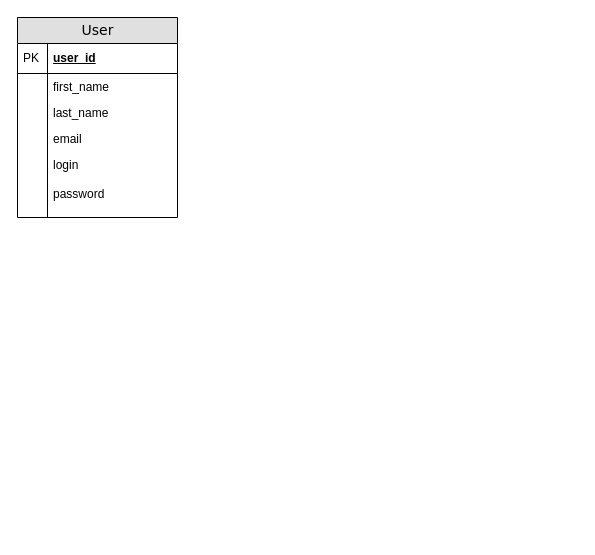
This is User.drawio from imaevam/events_alert_app, a draw.io file, before an edit. Source tidied: cells renumbered, new cells numbered last; positions are measured from the earlier drawing's top-left corner, leaving out a move shared by most shapes. Both pictures are drawn from the tidied source at 100%, with x=0, y=0 at pixel (17, 17).
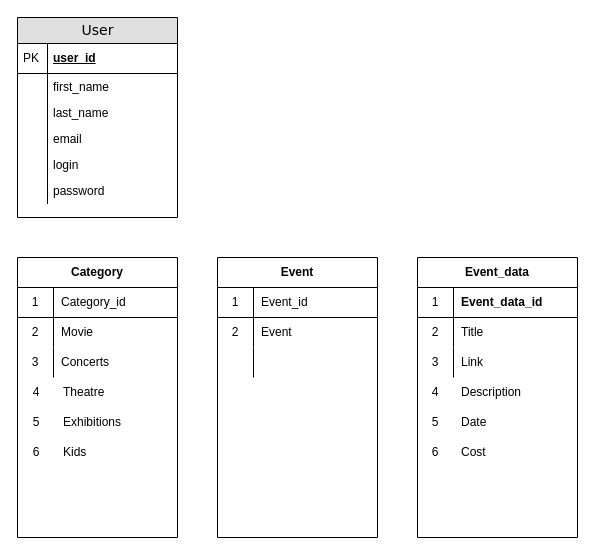
Above is the later version.

Unchanged cells that the change refers to:
```xml
<mxCell id="2" value="User" style="swimlane;html=1;fontStyle=0;horizontal=1;startSize=26;fillColor=#e0e0e0;swimlaneFillColor=#ffffff;align=center;rounded=0;shadow=0;comic=0;labelBackgroundColor=none;strokeWidth=1;fontFamily=Verdana;fontSize=14;" parent="1" vertex="1">
  <mxGeometry width="160" height="200" as="geometry" />
</mxCell>
```

Diff of the diagram source:
```diff
@@
-    <mxCell id="11" value="login&lt;br&gt;&lt;br&gt;password" style="shape=partialRectangle;top=0;left=0;right=0;bottom=0;html=1;align=left;verticalAlign=top;fillColor=none;spacingLeft=34;spacingRight=4;whiteSpace=wrap;overflow=hidden;" parent="2" vertex="1">
-      <mxGeometry y="134" width="160" height="66" as="geometry" />
+    <mxCell id="11" value="login" style="shape=partialRectangle;top=0;left=0;right=0;bottom=0;html=1;align=left;verticalAlign=top;fillColor=none;spacingLeft=34;spacingRight=4;whiteSpace=wrap;overflow=hidden;" parent="2" vertex="1">
+      <mxGeometry y="134" width="160" height="26" as="geometry" />
     </mxCell>
     <mxCell id="12" style="shape=partialRectangle;top=0;left=0;bottom=0;html=1;fillColor=none;align=left;verticalAlign=top;spacingLeft=4;spacingRight=4;whiteSpace=wrap;overflow=hidden;" parent="11" vertex="1">
-      <mxGeometry width="30" height="66" as="geometry" />
+      <mxGeometry width="30" height="26" as="geometry" />
     </mxCell>
+    <mxCell id="13" value="password" style="shape=partialRectangle;top=0;left=0;right=0;bottom=0;html=1;align=left;verticalAlign=top;fillColor=none;spacingLeft=34;spacingRight=4;whiteSpace=wrap;overflow=hidden;" parent="2" vertex="1">
+      <mxGeometry y="160" width="160" height="26" as="geometry" />
+    </mxCell>
+    <mxCell id="14" style="shape=partialRectangle;top=0;left=0;bottom=0;html=1;fillColor=none;align=left;verticalAlign=top;spacingLeft=4;spacingRight=4;whiteSpace=wrap;overflow=hidden;" parent="13" vertex="1">
+      <mxGeometry width="30" height="26" as="geometry" />
+    </mxCell>
+    <mxCell id="15" value="Category" style="shape=table;html=1;whiteSpace=wrap;startSize=30;childLayout=tableLayout;rowLines=0;fontStyle=1;align=center;" parent="1" vertex="1">
+      <mxGeometry y="240" width="160" height="280" as="geometry" />
+    </mxCell>
+    <mxCell id="16" style="shape=partialRectangle;html=1;whiteSpace=wrap;fillColor=none;top=0;left=0;bottom=1;right=0;" parent="15" vertex="1">
+      <mxGeometry y="30" width="160" height="30" as="geometry" />
+    </mxCell>
+    <mxCell id="17" value="1" style="shape=partialRectangle;html=1;whiteSpace=wrap;fillColor=none;top=0;left=0;bottom=0;right=0;overflow=hidden;" parent="16" vertex="1">
+      <mxGeometry width="36" height="30" as="geometry" />
+    </mxCell>
+    <mxCell id="18" value="Category_id" style="shape=partialRectangle;html=1;whiteSpace=wrap;fillColor=none;top=0;left=0;bottom=0;right=0;align=left;spacingLeft=6;overflow=hidden;" parent="16" vertex="1">
+      <mxGeometry x="36" width="124" height="30" as="geometry" />
+    </mxCell>
+    <mxCell id="19" style="shape=partialRectangle;html=1;whiteSpace=wrap;fillColor=none;top=0;left=0;bottom=0;right=0;" parent="15" vertex="1">
+      <mxGeometry y="60" width="160" height="30" as="geometry" />
+    </mxCell>
+    <mxCell id="20" value="2" style="shape=partialRectangle;html=1;whiteSpace=wrap;fillColor=none;top=0;left=0;bottom=0;right=0;overflow=hidden;" parent="19" vertex="1">
+      <mxGeometry width="36" height="30" as="geometry" />
+    </mxCell>
+    <mxCell id="21" value="Movie" style="shape=partialRectangle;html=1;whiteSpace=wrap;fillColor=none;top=0;left=0;bottom=0;right=0;align=left;spacingLeft=6;overflow=hidden;" parent="19" vertex="1">
+      <mxGeometry x="36" width="124" height="30" as="geometry" />
+    </mxCell>
+    <mxCell id="22" style="shape=partialRectangle;html=1;whiteSpace=wrap;fillColor=none;top=0;left=0;bottom=0;right=0;" parent="15" vertex="1">
+      <mxGeometry y="90" width="160" height="30" as="geometry" />
+    </mxCell>
+    <mxCell id="23" value="3" style="shape=partialRectangle;html=1;whiteSpace=wrap;fillColor=none;top=0;left=0;bottom=0;right=0;overflow=hidden;" parent="22" vertex="1">
+      <mxGeometry width="36" height="30" as="geometry" />
+    </mxCell>
+    <mxCell id="24" value="Concerts" style="shape=partialRectangle;html=1;whiteSpace=wrap;fillColor=none;top=0;left=0;bottom=0;right=0;align=left;spacingLeft=6;overflow=hidden;" parent="22" vertex="1">
+      <mxGeometry x="36" width="124" height="30" as="geometry" />
+    </mxCell>
+    <mxCell id="25" value="Theatre" style="shape=partialRectangle;html=1;whiteSpace=wrap;fillColor=none;top=0;left=0;bottom=0;right=0;align=left;spacingLeft=6;overflow=hidden;" parent="1" vertex="1">
+      <mxGeometry x="38" y="360" width="132" height="30" as="geometry" />
+    </mxCell>
+    <mxCell id="26" value="Exhibitions" style="shape=partialRectangle;html=1;whiteSpace=wrap;fillColor=none;top=0;left=0;bottom=0;right=0;align=left;spacingLeft=6;overflow=hidden;" parent="1" vertex="1">
+      <mxGeometry x="38" y="390" width="132" height="30" as="geometry" />
+    </mxCell>
+    <mxCell id="27" value="4" style="shape=partialRectangle;html=1;whiteSpace=wrap;fillColor=none;top=0;left=0;bottom=0;right=0;overflow=hidden;" parent="1" vertex="1">
+      <mxGeometry y="360" width="38" height="30" as="geometry" />
+    </mxCell>
+    <mxCell id="28" value="5" style="shape=partialRectangle;html=1;whiteSpace=wrap;fillColor=none;top=0;left=0;bottom=0;right=0;overflow=hidden;" parent="1" vertex="1">
+      <mxGeometry y="390" width="38" height="30" as="geometry" />
+    </mxCell>
+    <mxCell id="29" value="6" style="shape=partialRectangle;html=1;whiteSpace=wrap;fillColor=none;top=0;left=0;bottom=0;right=0;overflow=hidden;" parent="1" vertex="1">
+      <mxGeometry y="420" width="38" height="30" as="geometry" />
+    </mxCell>
+    <mxCell id="30" value="Kids" style="shape=partialRectangle;html=1;whiteSpace=wrap;fillColor=none;top=0;left=0;bottom=0;right=0;align=left;spacingLeft=6;overflow=hidden;" parent="1" vertex="1">
+      <mxGeometry x="38" y="420" width="132" height="30" as="geometry" />
+    </mxCell>
+    <mxCell id="31" value="Event" style="shape=table;html=1;whiteSpace=wrap;startSize=30;childLayout=tableLayout;rowLines=0;fontStyle=1;align=center;" parent="1" vertex="1">
+      <mxGeometry x="200" y="240" width="160" height="280" as="geometry" />
+    </mxCell>
+    <mxCell id="32" style="shape=partialRectangle;html=1;whiteSpace=wrap;fillColor=none;top=0;left=0;bottom=1;right=0;" parent="31" vertex="1">
+      <mxGeometry y="30" width="160" height="30" as="geometry" />
+    </mxCell>
+    <mxCell id="33" value="1" style="shape=partialRectangle;html=1;whiteSpace=wrap;fillColor=none;top=0;left=0;bottom=0;right=0;overflow=hidden;" parent="32" vertex="1">
+      <mxGeometry width="36" height="30" as="geometry" />
+    </mxCell>
+    <mxCell id="34" value="Event_id" style="shape=partialRectangle;html=1;whiteSpace=wrap;fillColor=none;top=0;left=0;bottom=0;right=0;align=left;spacingLeft=6;overflow=hidden;" parent="32" vertex="1">
+      <mxGeometry x="36" width="124" height="30" as="geometry" />
+    </mxCell>
+    <mxCell id="35" style="shape=partialRectangle;html=1;whiteSpace=wrap;fillColor=none;top=0;left=0;bottom=0;right=0;" parent="31" vertex="1">
+      <mxGeometry y="60" width="160" height="30" as="geometry" />
+    </mxCell>
+    <mxCell id="36" value="2" style="shape=partialRectangle;html=1;whiteSpace=wrap;fillColor=none;top=0;left=0;bottom=0;right=0;overflow=hidden;" parent="35" vertex="1">
+      <mxGeometry width="36" height="30" as="geometry" />
+    </mxCell>
+    <mxCell id="37" value="Event" style="shape=partialRectangle;html=1;whiteSpace=wrap;fillColor=none;top=0;left=0;bottom=0;right=0;align=left;spacingLeft=6;overflow=hidden;" parent="35" vertex="1">
+      <mxGeometry x="36" width="124" height="30" as="geometry" />
+    </mxCell>
+    <mxCell id="38" style="shape=partialRectangle;html=1;whiteSpace=wrap;fillColor=none;top=0;left=0;bottom=0;right=0;" parent="31" vertex="1">
+      <mxGeometry y="90" width="160" height="30" as="geometry" />
+    </mxCell>
+    <mxCell id="39" style="shape=partialRectangle;html=1;whiteSpace=wrap;fillColor=none;top=0;left=0;bottom=0;right=0;overflow=hidden;" parent="38" vertex="1">
+      <mxGeometry width="36" height="30" as="geometry" />
+    </mxCell>
+    <mxCell id="40" style="shape=partialRectangle;html=1;whiteSpace=wrap;fillColor=none;top=0;left=0;bottom=0;right=0;align=left;spacingLeft=6;overflow=hidden;" parent="38" vertex="1">
+      <mxGeometry x="36" width="124" height="30" as="geometry" />
+    </mxCell>
+    <mxCell id="41" value="Event_data" style="shape=table;html=1;whiteSpace=wrap;startSize=30;childLayout=tableLayout;rowLines=0;fontStyle=1;align=center;" parent="1" vertex="1">
+      <mxGeometry x="400" y="240" width="160" height="280" as="geometry" />
+    </mxCell>
+    <mxCell id="42" style="shape=partialRectangle;html=1;whiteSpace=wrap;fillColor=none;top=0;left=0;bottom=1;right=0;" parent="41" vertex="1">
+      <mxGeometry y="30" width="160" height="30" as="geometry" />
+    </mxCell>
+    <mxCell id="43" value="1" style="shape=partialRectangle;html=1;whiteSpace=wrap;fillColor=none;top=0;left=0;bottom=0;right=0;overflow=hidden;" parent="42" vertex="1">
+      <mxGeometry width="36" height="30" as="geometry" />
+    </mxCell>
+    <mxCell id="44" value="&lt;span style=&quot;font-weight: 700 ; text-align: center&quot;&gt;Event_data_id&lt;/span&gt;" style="shape=partialRectangle;html=1;whiteSpace=wrap;fillColor=none;top=0;left=0;bottom=0;right=0;align=left;spacingLeft=6;overflow=hidden;" parent="42" vertex="1">
+      <mxGeometry x="36" width="124" height="30" as="geometry" />
+    </mxCell>
+    <mxCell id="45" style="shape=partialRectangle;html=1;whiteSpace=wrap;fillColor=none;top=0;left=0;bottom=0;right=0;" parent="41" vertex="1">
+      <mxGeometry y="60" width="160" height="30" as="geometry" />
+    </mxCell>
+    <mxCell id="46" value="2" style="shape=partialRectangle;html=1;whiteSpace=wrap;fillColor=none;top=0;left=0;bottom=0;right=0;overflow=hidden;" parent="45" vertex="1">
+      <mxGeometry width="36" height="30" as="geometry" />
+    </mxCell>
+    <mxCell id="47" value="Title" style="shape=partialRectangle;html=1;whiteSpace=wrap;fillColor=none;top=0;left=0;bottom=0;right=0;align=left;spacingLeft=6;overflow=hidden;" parent="45" vertex="1">
+      <mxGeometry x="36" width="124" height="30" as="geometry" />
+    </mxCell>
+    <mxCell id="48" style="shape=partialRectangle;html=1;whiteSpace=wrap;fillColor=none;top=0;left=0;bottom=0;right=0;" parent="41" vertex="1">
+      <mxGeometry y="90" width="160" height="30" as="geometry" />
+    </mxCell>
+    <mxCell id="49" value="3" style="shape=partialRectangle;html=1;whiteSpace=wrap;fillColor=none;top=0;left=0;bottom=0;right=0;overflow=hidden;" parent="48" vertex="1">
+      <mxGeometry width="36" height="30" as="geometry" />
+    </mxCell>
+    <mxCell id="50" value="Link" style="shape=partialRectangle;html=1;whiteSpace=wrap;fillColor=none;top=0;left=0;bottom=0;right=0;align=left;spacingLeft=6;overflow=hidden;" parent="48" vertex="1">
+      <mxGeometry x="36" width="124" height="30" as="geometry" />
+    </mxCell>
+    <mxCell id="51" value="Description" style="shape=partialRectangle;html=1;whiteSpace=wrap;fillColor=none;top=0;left=0;bottom=0;right=0;align=left;spacingLeft=6;overflow=hidden;" parent="1" vertex="1">
+      <mxGeometry x="436" y="360" width="124" height="30" as="geometry" />
+    </mxCell>
+    <mxCell id="52" value="Date" style="shape=partialRectangle;html=1;whiteSpace=wrap;fillColor=none;top=0;left=0;bottom=0;right=0;align=left;spacingLeft=6;overflow=hidden;" parent="1" vertex="1">
+      <mxGeometry x="436" y="390" width="124" height="30" as="geometry" />
+    </mxCell>
+    <mxCell id="53" value="Cost" style="shape=partialRectangle;html=1;whiteSpace=wrap;fillColor=none;top=0;left=0;bottom=0;right=0;align=left;spacingLeft=6;overflow=hidden;" parent="1" vertex="1">
+      <mxGeometry x="436" y="420" width="124" height="30" as="geometry" />
+    </mxCell>
+    <mxCell id="54" value="4" style="shape=partialRectangle;html=1;whiteSpace=wrap;fillColor=none;top=0;left=0;bottom=0;right=0;overflow=hidden;" parent="1" vertex="1">
+      <mxGeometry x="400" y="360" width="36" height="30" as="geometry" />
+    </mxCell>
+    <mxCell id="55" value="5" style="shape=partialRectangle;html=1;whiteSpace=wrap;fillColor=none;top=0;left=0;bottom=0;right=0;overflow=hidden;" parent="1" vertex="1">
+      <mxGeometry x="400" y="390" width="36" height="30" as="geometry" />
+    </mxCell>
+    <mxCell id="56" value="6" style="shape=partialRectangle;html=1;whiteSpace=wrap;fillColor=none;top=0;left=0;bottom=0;right=0;overflow=hidden;" parent="1" vertex="1">
+      <mxGeometry x="400" y="420" width="36" height="30" as="geometry" />
+    </mxCell>
```
